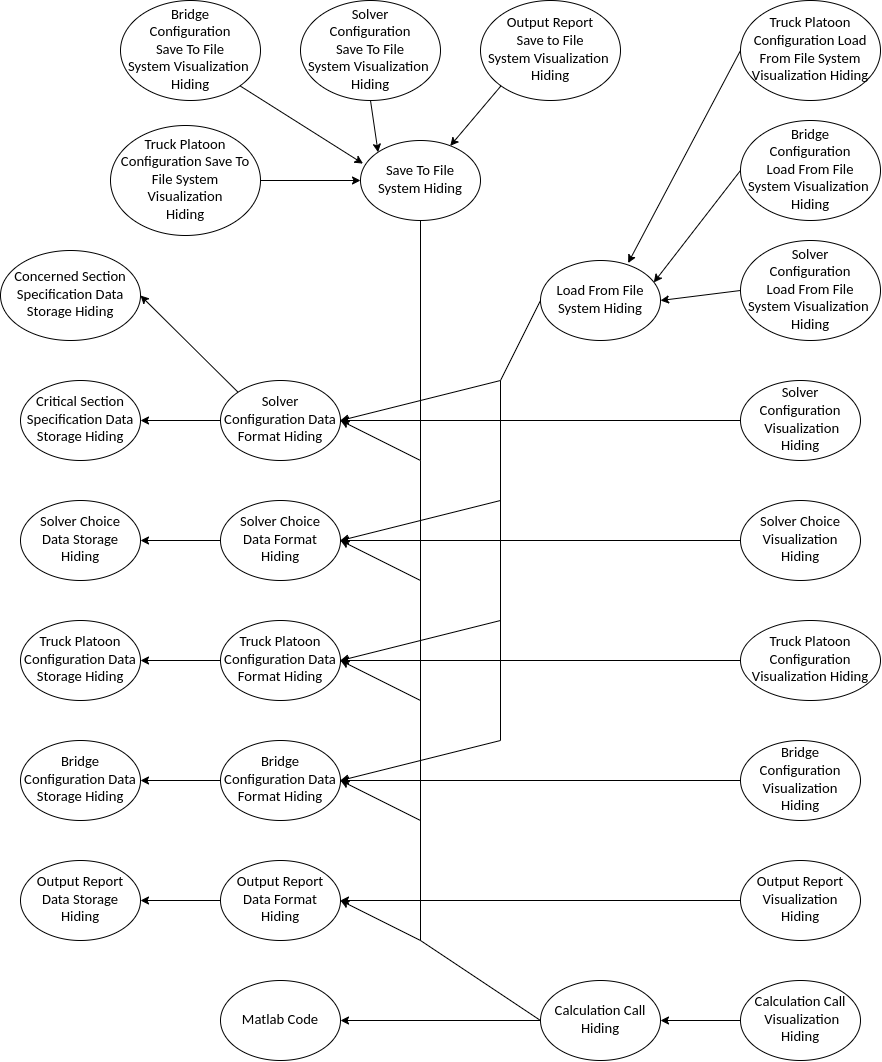
agentvv/MTOBridge keeps this draw.io diagram as docs/Design/images/UseHierarchy.png. Above is the earlier version. Source tidied: cells renumbered, new cells last; positions are measured from the earlier drawing's top-left corner, leaving out a move shared by most shapes.
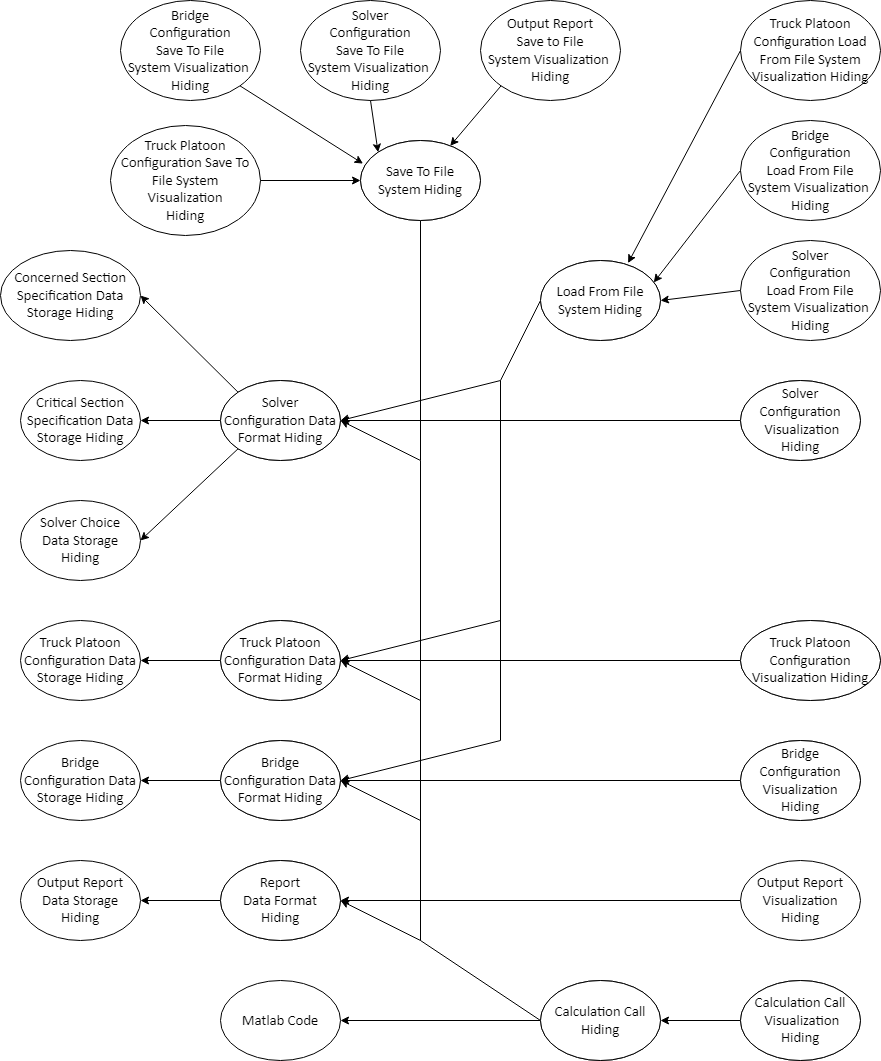
After the change.

Commit message:
Modified use hierarchy figure and added it to the MG.

Diff of the diagram source:
```diff
@@ -44,9 +44,6 @@
     <mxCell id="15" style="endArrow=classic;html=1;rounded=0;entryX=1;entryY=0.5;entryDx=0;entryDy=0;exitX=0;exitY=0.5;exitDx=0;exitDy=0;" parent="1" edge="1" source="3" target="9">
       <mxGeometry relative="1" as="geometry" />
     </mxCell>
-    <mxCell id="16" value="&lt;span id=&quot;docs-internal-guid-bb82121b-7fff-9a77-52cb-11139a1a9e2b&quot;&gt;&lt;span style=&quot;font-size: 11pt; font-family: Calibri, sans-serif; background-color: transparent; font-variant-numeric: normal; font-variant-east-asian: normal; vertical-align: baseline;&quot;&gt;Solver Choice Visualization&lt;br&gt;Hiding&lt;/span&gt;&lt;/span&gt;" style="ellipse;whiteSpace=wrap;html=1;" parent="1" vertex="1">
-      <mxGeometry x="740" y="500" width="120" height="80" as="geometry" />
-    </mxCell>
     <mxCell id="17" value="&lt;span id=&quot;docs-internal-guid-e1464a42-7fff-cc59-adc4-5cd8881b99dc&quot;&gt;&lt;span style=&quot;font-size: 11pt; font-family: Calibri, sans-serif; background-color: transparent; font-variant-numeric: normal; font-variant-east-asian: normal; vertical-align: baseline;&quot;&gt;Solver Configuration&lt;br&gt;&amp;nbsp;Visualization Hiding&lt;/span&gt;&lt;/span&gt;" style="ellipse;whiteSpace=wrap;html=1;" parent="1" vertex="1">
       <mxGeometry x="740" y="380" width="120" height="80" as="geometry" />
     </mxCell>
@@ -56,9 +53,6 @@
     <mxCell id="19" value="&lt;span id=&quot;docs-internal-guid-db9357c3-7fff-6460-51cf-a41e4ebcd51b&quot;&gt;&lt;span style=&quot;font-size: 11pt; font-family: Calibri, sans-serif; background-color: transparent; font-variant-numeric: normal; font-variant-east-asian: normal; vertical-align: baseline;&quot;&gt;Calculation Call Hiding&lt;/span&gt;&lt;/span&gt;" style="ellipse;whiteSpace=wrap;html=1;" parent="1" vertex="1">
       <mxGeometry x="540" y="980" width="120" height="80" as="geometry" />
     </mxCell>
-    <mxCell id="20" value="&lt;span id=&quot;docs-internal-guid-5320318c-7fff-5e05-f569-b6db96449d68&quot;&gt;&lt;span style=&quot;font-size: 11pt; font-family: Calibri, sans-serif; background-color: transparent; font-variant-numeric: normal; font-variant-east-asian: normal; vertical-align: baseline;&quot;&gt;Solver Choice&lt;br&gt;Data Format&lt;br&gt;Hiding&lt;/span&gt;&lt;/span&gt;" style="ellipse;whiteSpace=wrap;html=1;" parent="1" vertex="1">
-      <mxGeometry x="220" y="500" width="120" height="80" as="geometry" />
-    </mxCell>
     <mxCell id="21" value="&lt;span id=&quot;docs-internal-guid-52406482-7fff-9ec1-0a57-2bf6f7baefcf&quot;&gt;&lt;span style=&quot;font-size: 11pt; font-family: Calibri, sans-serif; background-color: transparent; font-variant-numeric: normal; font-variant-east-asian: normal; vertical-align: baseline;&quot;&gt;Solver Configuration Data Format Hiding &lt;/span&gt;&lt;/span&gt;" style="ellipse;whiteSpace=wrap;html=1;" parent="1" vertex="1">
       <mxGeometry x="220" y="380" width="120" height="80" as="geometry" />
     </mxCell>
@@ -68,15 +62,12 @@
     <mxCell id="23" value="&lt;span id=&quot;docs-internal-guid-b165ce63-7fff-842c-28ba-1a41ff24a162&quot;&gt;&lt;span style=&quot;font-size: 11pt; font-family: Calibri, sans-serif; background-color: transparent; font-variant-numeric: normal; font-variant-east-asian: normal; vertical-align: baseline;&quot;&gt;Concerned Section&lt;br&gt;Specification Data Storage Hiding&lt;/span&gt;&lt;/span&gt;" style="ellipse;whiteSpace=wrap;html=1;" parent="1" vertex="1">
       <mxGeometry y="250" width="140" height="90" as="geometry" />
     </mxCell>
-    <mxCell id="24" style="endArrow=classic;html=1;rounded=0;exitX=0;exitY=0.5;exitDx=0;exitDy=0;entryX=1;entryY=0.5;entryDx=0;entryDy=0;" parent="1" edge="1" source="20" target="22">
+    <mxCell id="24" style="endArrow=classic;html=1;rounded=0;exitX=0;exitY=1;exitDx=0;exitDy=0;entryX=1;entryY=0.5;entryDx=0;entryDy=0;" parent="1" edge="1" source="21" target="22">
       <mxGeometry relative="1" as="geometry" />
     </mxCell>
     <mxCell id="25" style="endArrow=classic;html=1;rounded=0;entryX=1;entryY=0.5;entryDx=0;entryDy=0;exitX=0;exitY=0;exitDx=0;exitDy=0;" parent="1" edge="1" source="21" target="23">
       <mxGeometry relative="1" as="geometry" />
     </mxCell>
-    <mxCell id="26" style="endArrow=classic;html=1;rounded=0;entryX=1;entryY=0.5;entryDx=0;entryDy=0;exitX=0;exitY=0.5;exitDx=0;exitDy=0;" parent="1" edge="1" source="16" target="20">
-      <mxGeometry relative="1" as="geometry" />
-    </mxCell>
     <mxCell id="27" style="endArrow=classic;html=1;rounded=0;entryX=1;entryY=0.5;entryDx=0;entryDy=0;exitX=0;exitY=0.5;exitDx=0;exitDy=0;" parent="1" edge="1" source="17" target="21">
       <mxGeometry relative="1" as="geometry" />
     </mxCell>
@@ -86,7 +77,7 @@
     <mxCell id="29" style="endArrow=classic;html=1;rounded=0;exitX=0;exitY=0.5;exitDx=0;exitDy=0;entryX=1;entryY=0.5;entryDx=0;entryDy=0;" parent="1" edge="1" source="21" target="28">
       <mxGeometry relative="1" as="geometry" />
     </mxCell>
-    <mxCell id="30" value="&lt;span id=&quot;docs-internal-guid-5320318c-7fff-5e05-f569-b6db96449d68&quot;&gt;&lt;span style=&quot;font-size: 11pt; font-family: Calibri, sans-serif; background-color: transparent; font-variant-numeric: normal; font-variant-east-asian: normal; vertical-align: baseline;&quot;&gt;Output Report&lt;br&gt;Data Format&lt;br&gt;Hiding&lt;/span&gt;&lt;/span&gt;" style="ellipse;whiteSpace=wrap;html=1;" parent="1" vertex="1">
+    <mxCell id="30" value="&lt;span id=&quot;docs-internal-guid-5320318c-7fff-5e05-f569-b6db96449d68&quot;&gt;&lt;span style=&quot;font-size: 11pt; font-family: Calibri, sans-serif; background-color: transparent; font-variant-numeric: normal; font-variant-east-asian: normal; vertical-align: baseline;&quot;&gt;Report&lt;br&gt;Data Format&lt;br&gt;Hiding&lt;/span&gt;&lt;/span&gt;" style="ellipse;whiteSpace=wrap;html=1;" parent="1" vertex="1">
       <mxGeometry x="220" y="860" width="120" height="80" as="geometry" />
     </mxCell>
     <mxCell id="31" value="&lt;span id=&quot;docs-internal-guid-683665da-7fff-573d-f716-0c044975e1d7&quot;&gt;&lt;span style=&quot;font-size: 11pt; font-family: Calibri, sans-serif; background-color: transparent; font-variant-numeric: normal; font-variant-east-asian: normal; vertical-align: baseline;&quot;&gt;Output Report&lt;br&gt;Data Storage&lt;br&gt;Hiding&lt;/span&gt;&lt;/span&gt;" style="ellipse;whiteSpace=wrap;html=1;" parent="1" vertex="1">
@@ -157,11 +148,6 @@
         <mxPoint x="420" y="460" as="sourcePoint" />
       </mxGeometry>
     </mxCell>
-    <mxCell id="52" style="endArrow=classic;html=1;rounded=0;entryX=1;entryY=0.5;entryDx=0;entryDy=0;" parent="1" edge="1" target="20">
-      <mxGeometry relative="1" as="geometry">
-        <mxPoint x="420" y="580" as="sourcePoint" />
-      </mxGeometry>
-    </mxCell>
     <mxCell id="53" style="endArrow=classic;html=1;rounded=0;entryX=1;entryY=0.5;entryDx=0;entryDy=0;" parent="1" edge="1" target="8">
       <mxGeometry relative="1" as="geometry">
         <mxPoint x="420" y="700" as="sourcePoint" />
@@ -198,11 +184,6 @@
         <mxPoint x="500" y="380" as="sourcePoint" />
       </mxGeometry>
     </mxCell>
-    <mxCell id="60" style="endArrow=classic;html=1;rounded=0;entryX=1;entryY=0.5;entryDx=0;entryDy=0;" parent="1" edge="1" target="20">
-      <mxGeometry relative="1" as="geometry">
-        <mxPoint x="500" y="500" as="sourcePoint" />
-      </mxGeometry>
-    </mxCell>
     <mxCell id="61" style="endArrow=classic;html=1;rounded=0;entryX=1;entryY=0.5;entryDx=0;entryDy=0;" parent="1" edge="1" target="8">
       <mxGeometry relative="1" as="geometry">
         <mxPoint x="500" y="620" as="sourcePoint" />
@@ -218,5 +199,38 @@
         <mxPoint x="500" y="380" as="sourcePoint" />
       </mxGeometry>
     </mxCell>
+    <mxCell id="64" value="&lt;span id=&quot;docs-internal-guid-8c33a2b3-7fff-cfc2-def0-a2b54e1830c9&quot;&gt;&lt;span style=&quot;font-size: 11pt; font-family: Calibri, sans-serif; background-color: transparent; font-variant-numeric: normal; font-variant-east-asian: normal; vertical-align: baseline;&quot;&gt;Save To File &lt;br&gt;System Hiding&lt;/span&gt;&lt;/span&gt;" style="ellipse;whiteSpace=wrap;html=1;" parent="1" vertex="1">
+      <mxGeometry x="360" y="140" width="120" height="80" as="geometry" />
+    </mxCell>
+    <mxCell id="65" value="&lt;span id=&quot;docs-internal-guid-8c33a2b3-7fff-cfc2-def0-a2b54e1830c9&quot;&gt;&lt;span style=&quot;font-size: 11pt; font-family: Calibri, sans-serif; background-color: transparent; font-variant-numeric: normal; font-variant-east-asian: normal; vertical-align: baseline;&quot;&gt;Load From File System Hiding&lt;/span&gt;&lt;/span&gt;" style="ellipse;whiteSpace=wrap;html=1;" parent="1" vertex="1">
+      <mxGeometry x="540" y="260" width="120" height="80" as="geometry" />
+    </mxCell>
+    <mxCell id="66" value="&lt;span id=&quot;docs-internal-guid-db9357c3-7fff-6460-51cf-a41e4ebcd51b&quot;&gt;&lt;span style=&quot;font-size: 11pt; font-family: Calibri, sans-serif; background-color: transparent; font-variant-numeric: normal; font-variant-east-asian: normal; vertical-align: baseline;&quot;&gt;Calculation Call Hiding&lt;/span&gt;&lt;/span&gt;" style="ellipse;whiteSpace=wrap;html=1;" parent="1" vertex="1">
+      <mxGeometry x="540" y="980" width="120" height="80" as="geometry" />
+    </mxCell>
+    <mxCell id="67" value="&lt;span id=&quot;docs-internal-guid-5320318c-7fff-5e05-f569-b6db96449d68&quot;&gt;&lt;span style=&quot;font-size: 11pt; font-family: Calibri, sans-serif; background-color: transparent; font-variant-numeric: normal; font-variant-east-asian: normal; vertical-align: baseline;&quot;&gt;Truck Platoon Configuration Data Format Hiding&lt;/span&gt;&lt;/span&gt;" style="ellipse;whiteSpace=wrap;html=1;" parent="1" vertex="1">
+      <mxGeometry x="220" y="620" width="120" height="80" as="geometry" />
+    </mxCell>
+    <mxCell id="68" value="&lt;span id=&quot;docs-internal-guid-52406482-7fff-9ec1-0a57-2bf6f7baefcf&quot;&gt;&lt;span style=&quot;font-size: 11pt; font-family: Calibri, sans-serif; background-color: transparent; font-variant-numeric: normal; font-variant-east-asian: normal; vertical-align: baseline;&quot;&gt;Bridge&lt;br&gt;Configuration Data Format Hiding &lt;/span&gt;&lt;/span&gt;" style="ellipse;whiteSpace=wrap;html=1;" parent="1" vertex="1">
+      <mxGeometry x="220" y="740" width="120" height="80" as="geometry" />
+    </mxCell>
+    <mxCell id="69" value="&lt;span id=&quot;docs-internal-guid-52406482-7fff-9ec1-0a57-2bf6f7baefcf&quot;&gt;&lt;span style=&quot;font-size: 11pt; font-family: Calibri, sans-serif; background-color: transparent; font-variant-numeric: normal; font-variant-east-asian: normal; vertical-align: baseline;&quot;&gt;Solver Configuration Data Format Hiding &lt;/span&gt;&lt;/span&gt;" style="ellipse;whiteSpace=wrap;html=1;" parent="1" vertex="1">
+      <mxGeometry x="220" y="380" width="120" height="80" as="geometry" />
+    </mxCell>
+    <mxCell id="70" value="&lt;span id=&quot;docs-internal-guid-5320318c-7fff-5e05-f569-b6db96449d68&quot;&gt;&lt;span style=&quot;font-size: 11pt; font-family: Calibri, sans-serif; background-color: transparent; font-variant-numeric: normal; font-variant-east-asian: normal; vertical-align: baseline;&quot;&gt;Report&lt;br&gt;Data Format&lt;br&gt;Hiding&lt;/span&gt;&lt;/span&gt;" style="ellipse;whiteSpace=wrap;html=1;" parent="1" vertex="1">
+      <mxGeometry x="220" y="860" width="120" height="80" as="geometry" />
+    </mxCell>
+    <mxCell id="71" value="&lt;span id=&quot;docs-internal-guid-bb82121b-7fff-9a77-52cb-11139a1a9e2b&quot;&gt;&lt;span style=&quot;font-size: 11pt; font-family: Calibri, sans-serif; background-color: transparent; font-variant-numeric: normal; font-variant-east-asian: normal; vertical-align: baseline;&quot;&gt;Truck Platoon Configuration Visualization Hiding&lt;/span&gt;&lt;/span&gt;" style="ellipse;whiteSpace=wrap;html=1;" parent="1" vertex="1">
+      <mxGeometry x="740" y="620" width="140" height="80" as="geometry" />
+    </mxCell>
+    <mxCell id="72" value="&lt;span id=&quot;docs-internal-guid-e1464a42-7fff-cc59-adc4-5cd8881b99dc&quot;&gt;&lt;span style=&quot;font-size: 11pt; font-family: Calibri, sans-serif; background-color: transparent; font-variant-numeric: normal; font-variant-east-asian: normal; vertical-align: baseline;&quot;&gt;Bridge Configuration Visualization&lt;br&gt;Hiding&lt;/span&gt;&lt;/span&gt;" style="ellipse;whiteSpace=wrap;html=1;" parent="1" vertex="1">
+      <mxGeometry x="740" y="740" width="120" height="80" as="geometry" />
+    </mxCell>
+    <mxCell id="73" value="&lt;span id=&quot;docs-internal-guid-1c10b28f-7fff-4957-5b5e-9ae4480d1152&quot;&gt;&lt;span style=&quot;font-size: 11pt; font-family: Calibri, sans-serif; background-color: transparent; font-variant-numeric: normal; font-variant-east-asian: normal; vertical-align: baseline;&quot;&gt;Calculation Call&lt;br&gt;&amp;nbsp;Visualization Hiding&lt;/span&gt;&lt;/span&gt;" style="ellipse;whiteSpace=wrap;html=1;" parent="1" vertex="1">
+      <mxGeometry x="740" y="980" width="120" height="80" as="geometry" />
+    </mxCell>
+    <mxCell id="74" value="&lt;span id=&quot;docs-internal-guid-e1464a42-7fff-cc59-adc4-5cd8881b99dc&quot;&gt;&lt;span style=&quot;font-size: 11pt; font-family: Calibri, sans-serif; background-color: transparent; font-variant-numeric: normal; font-variant-east-asian: normal; vertical-align: baseline;&quot;&gt;Solver Configuration&lt;br&gt;&amp;nbsp;Visualization Hiding&lt;/span&gt;&lt;/span&gt;" style="ellipse;whiteSpace=wrap;html=1;" parent="1" vertex="1">
+      <mxGeometry x="740" y="380" width="120" height="80" as="geometry" />
+    </mxCell>
   </root>
 </mxGraphModel>
```
